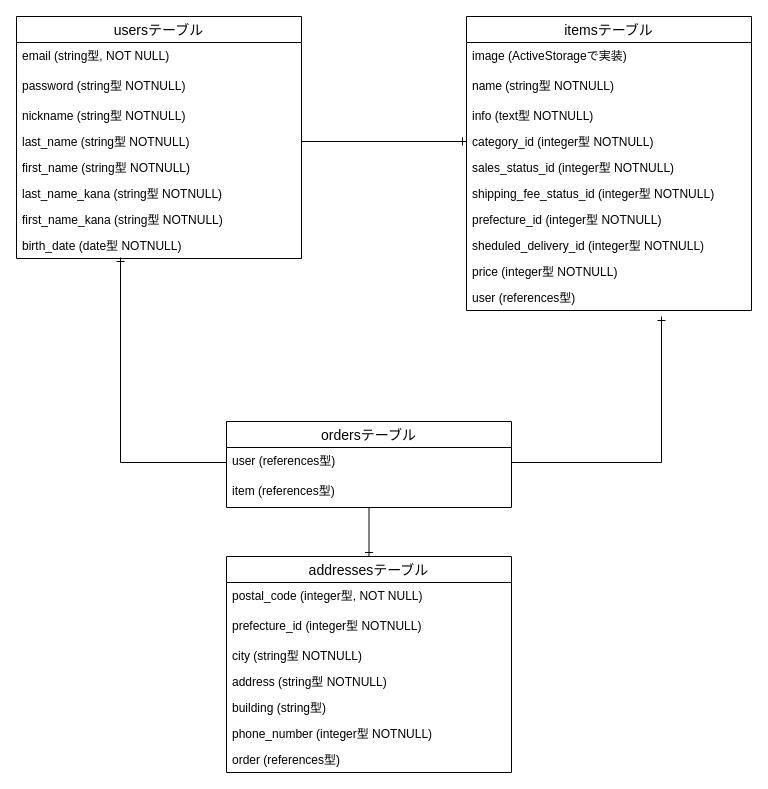
Before: test.dio in deguchi0527/furima-35228, a draw.io diagram. Source tidied: cells renumbered, new cells numbered last; positions are measured from the earlier drawing's top-left corner, leaving out a move shared by most shapes. Both pictures are drawn from the tidied source at 100%, with x=0, y=0 at pixel (16, 16).
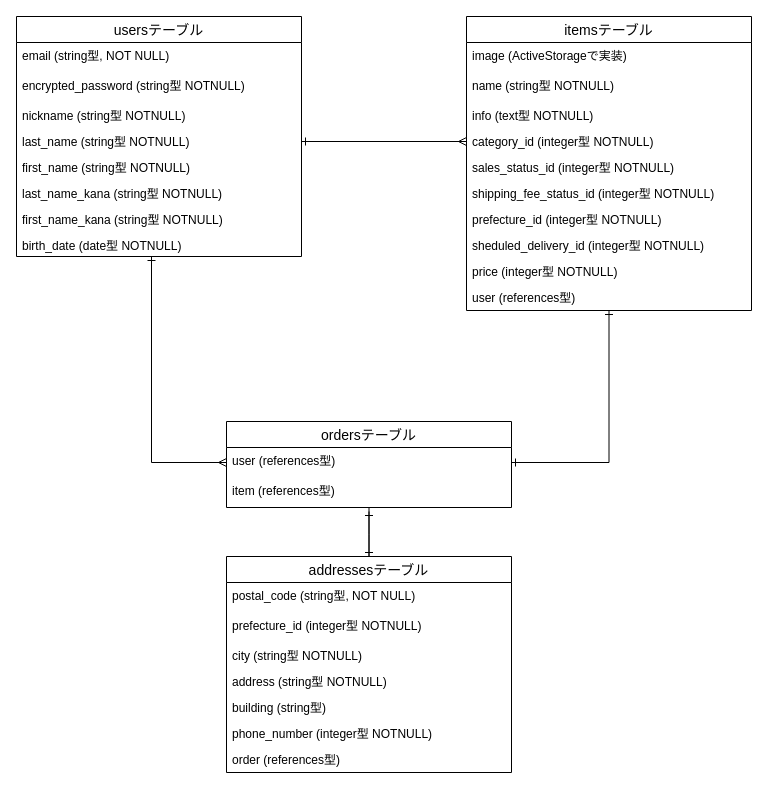
After the change.

Commit message (it also covers changes not shown here):
コメントの修正

Unchanged cells that the change refers to:
```xml
<mxCell id="2" value="itemsテーブル" style="swimlane;fontStyle=0;horizontal=1;startSize=26;align=center;fontSize=14;" parent="1" vertex="1">
  <mxGeometry x="450" width="285" height="294" as="geometry" />
</mxCell>
<mxCell id="6" value="category_id (integer型 NOTNULL)" style="text;strokeColor=none;fillColor=none;spacingLeft=4;spacingRight=4;overflow=hidden;points=[[0,0.5],[1,0.5]];portConstraint=eastwest;fontSize=12;" parent="2" vertex="1">
  <mxGeometry y="112" width="285" height="26" as="geometry" />
</mxCell>
<mxCell id="17" value="last_name (string型 NOTNULL)" style="text;strokeColor=none;fillColor=none;spacingLeft=4;spacingRight=4;overflow=hidden;points=[[0,0.5],[1,0.5]];portConstraint=eastwest;fontSize=12;" parent="13" vertex="1">
  <mxGeometry y="112" width="285" height="26" as="geometry" />
</mxCell>
<mxCell id="24" value="user (references型)" style="text;strokeColor=none;fillColor=none;spacingLeft=4;spacingRight=4;overflow=hidden;points=[[0,0.5],[1,0.5]];portConstraint=eastwest;fontSize=12;" parent="23" vertex="1">
  <mxGeometry y="26" width="285" height="30" as="geometry" />
</mxCell>
<mxCell id="26" value="addressesテーブル" style="swimlane;fontStyle=0;horizontal=1;startSize=26;align=center;fontSize=14;" parent="1" vertex="1">
  <mxGeometry x="210" y="540" width="285" height="216" as="geometry" />
</mxCell>
```

What changed in the source:
```diff
@@
+    <mxCell id="37" style="edgeStyle=orthogonalEdgeStyle;rounded=0;jettySize=auto;html=1;entryX=1;entryY=0.5;entryDx=0;entryDy=0;startArrow=ERone;startFill=0;endArrow=ERone;endFill=0;" parent="1" edge="1" source="2" target="24">
+      <mxGeometry relative="1" as="geometry" />
+    </mxCell>
@@
+    <mxCell id="38" style="edgeStyle=orthogonalEdgeStyle;rounded=0;jettySize=auto;html=1;entryX=0;entryY=0.5;entryDx=0;entryDy=0;endArrow=ERmany;endFill=0;startArrow=ERone;startFill=0;" parent="1" edge="1" source="13" target="24">
+      <mxGeometry relative="1" as="geometry">
+        <Array as="points">
+          <mxPoint x="135" y="446" />
+        </Array>
+      </mxGeometry>
+    </mxCell>
     <mxCell id="13" value="usersテーブル" style="swimlane;fontStyle=0;horizontal=1;startSize=26;align=center;fontSize=14;" parent="1" vertex="1">
-      <mxGeometry width="285" height="242" as="geometry" />
+      <mxGeometry width="285" height="240" as="geometry" />
     </mxCell>
@@
-    <mxCell id="15" value="password (string型 NOTNULL)" style="text;strokeColor=none;fillColor=none;spacingLeft=4;spacingRight=4;overflow=hidden;fontSize=12;" parent="13" vertex="1">
+    <mxCell id="15" value="encrypted_password (string型 NOTNULL)" style="text;strokeColor=none;fillColor=none;spacingLeft=4;spacingRight=4;overflow=hidden;fontSize=12;" parent="13" vertex="1">
       <mxGeometry y="56" width="285" height="30" as="geometry" />
     </mxCell>
@@
     <mxCell id="21" value="birth_date (date型 NOTNULL)" style="text;strokeColor=none;fillColor=none;spacingLeft=4;spacingRight=4;overflow=hidden;points=[[0,0.5],[1,0.5]];portConstraint=eastwest;fontSize=12;" parent="13" vertex="1">
-      <mxGeometry y="216" width="285" height="26" as="geometry" />
+      <mxGeometry y="216" width="285" height="24" as="geometry" />
     </mxCell>
@@
+    <mxCell id="39" style="edgeStyle=orthogonalEdgeStyle;rounded=0;jettySize=auto;html=1;endArrow=ERone;endFill=0;" parent="1" edge="1" source="26">
+      <mxGeometry relative="1" as="geometry">
+        <mxPoint x="352.5" y="495" as="targetPoint" />
+      </mxGeometry>
+    </mxCell>
@@
-    <mxCell id="27" value="postal_code (integer型, NOT NULL)" style="text;strokeColor=none;fillColor=none;spacingLeft=4;spacingRight=4;overflow=hidden;fontSize=12;" parent="26" vertex="1">
+    <mxCell id="27" value="postal_code (string型, NOT NULL)" style="text;strokeColor=none;fillColor=none;spacingLeft=4;spacingRight=4;overflow=hidden;fontSize=12;" parent="26" vertex="1">
       <mxGeometry y="26" width="285" height="30" as="geometry" />
     </mxCell>
@@
-    <mxCell id="34" style="edgeStyle=orthogonalEdgeStyle;rounded=0;jettySize=auto;html=1;exitX=1;exitY=0.5;exitDx=0;exitDy=0;entryX=0;entryY=0.5;entryDx=0;entryDy=0;endArrow=ERone;endFill=0;" parent="1" edge="1" source="17" target="6">
+    <mxCell id="34" style="edgeStyle=orthogonalEdgeStyle;rounded=0;jettySize=auto;html=1;exitX=1;exitY=0.5;exitDx=0;exitDy=0;entryX=0;entryY=0.5;entryDx=0;entryDy=0;endArrow=ERmany;endFill=0;startArrow=ERone;startFill=0;" parent="1" edge="1" source="17" target="6">
       <mxGeometry relative="1" as="geometry" />
     </mxCell>
-    <mxCell id="35" style="edgeStyle=orthogonalEdgeStyle;rounded=0;jettySize=auto;html=1;exitX=1;exitY=0.5;exitDx=0;exitDy=0;endArrow=ERone;endFill=0;" parent="1" edge="1" source="24">
-      <mxGeometry relative="1" as="geometry">
-        <mxPoint x="645" y="300" as="targetPoint" />
-        <Array as="points">
-          <mxPoint x="645" y="446" />
-        </Array>
-      </mxGeometry>
-    </mxCell>
-    <mxCell id="36" style="edgeStyle=orthogonalEdgeStyle;rounded=0;jettySize=auto;html=1;exitX=0;exitY=0.5;exitDx=0;exitDy=0;entryX=0.365;entryY=0.962;entryDx=0;entryDy=0;entryPerimeter=0;endArrow=ERone;endFill=0;" parent="1" edge="1" source="24" target="21">
-      <mxGeometry relative="1" as="geometry" />
-    </mxCell>
```
